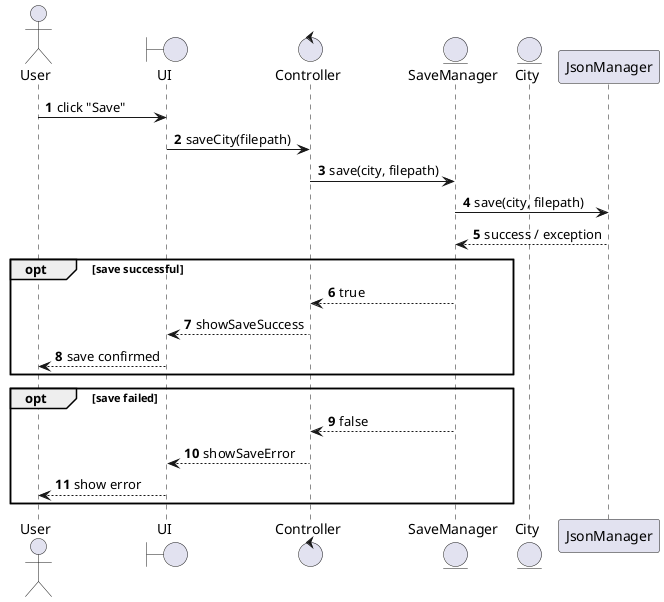
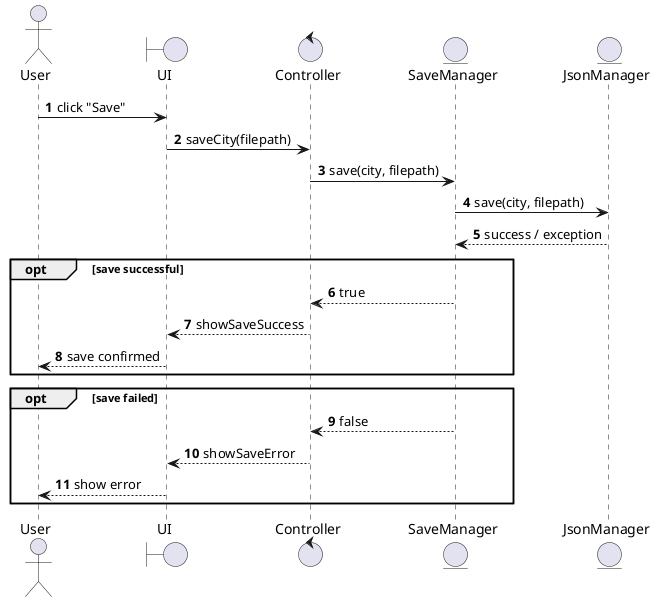
@startuml
autonumber

actor User

boundary UI
control Controller
entity SaveManager
- entity City
+ entity JsonManager

User -> UI : click "Save"

UI -> Controller : saveCity(filepath)

Controller -> SaveManager : save(city, filepath)

SaveManager -> JsonManager : save(city, filepath)

JsonManager --> SaveManager : success / exception

opt save successful
- SaveManager --> Controller: true
+ SaveManager --> Controller : true
Controller --> UI : showSaveSuccess
UI --> User : save confirmed
end

opt save failed
- SaveManager --> Controller: false
+ SaveManager --> Controller : false
Controller --> UI : showSaveError
UI --> User : show error
end
+ 
@enduml
